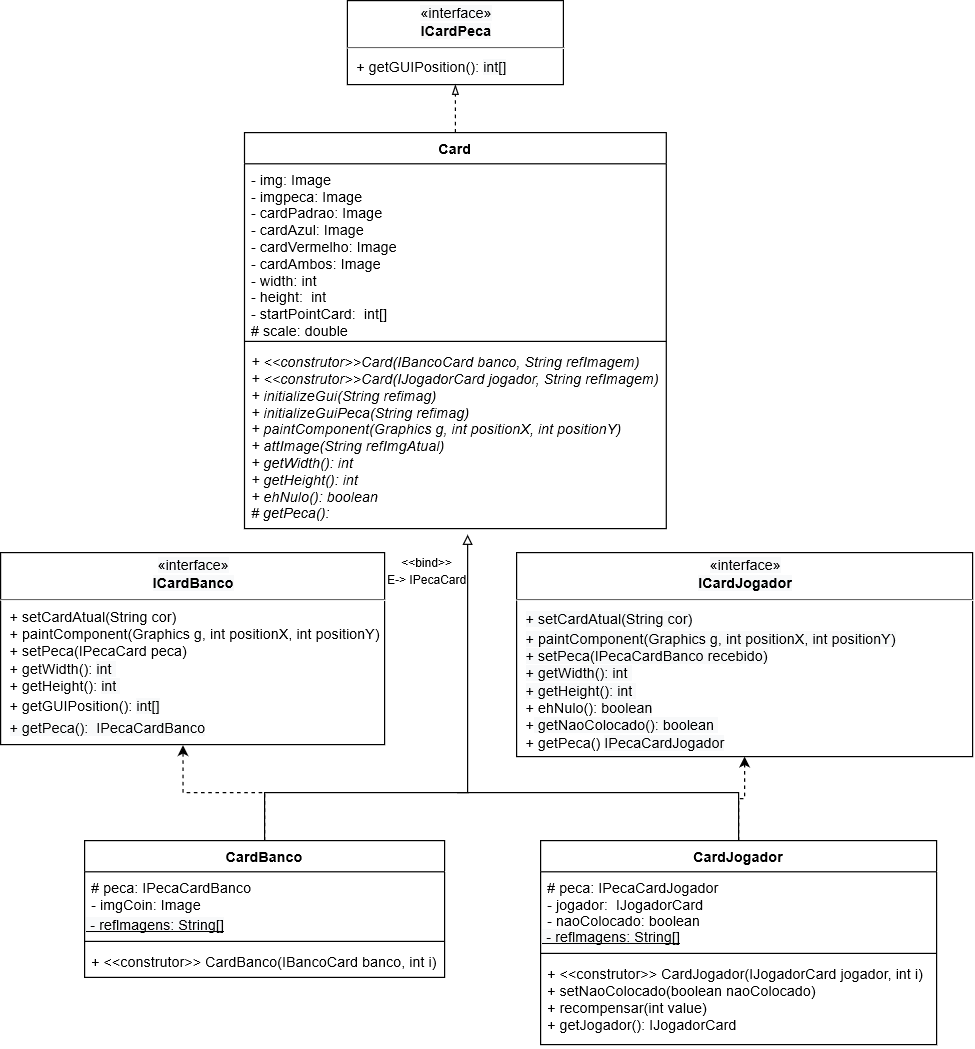
Earlier version of the draw.io export README_Images/InterfaceCard.png (FelipePM01/ProjetoMediumWar). Source tidied: cells renumbered, new cells last; positions are measured from the earlier drawing's top-left corner, leaving out a move shared by most shapes.
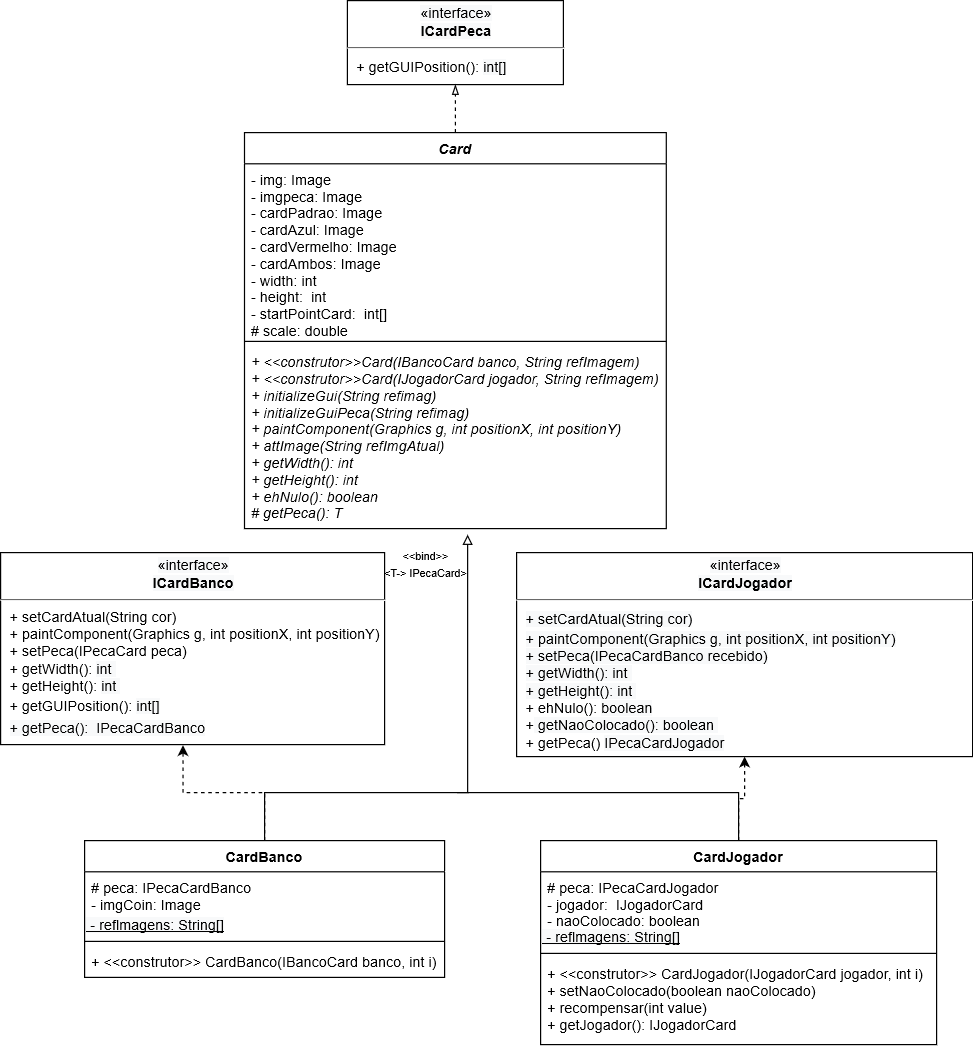
After the commit.

Commit message:
Adicionando imagens interface tabuleiro e tile

What changed in the source:
```diff
@@ -14,7 +14,7 @@
     <mxCell id="5" style="edgeStyle=orthogonalEdgeStyle;rounded=0;jettySize=auto;html=1;entryX=0.5;entryY=1;entryDx=0;entryDy=0;dashed=1;exitX=0.5;exitY=0;exitDx=0;exitDy=0;endArrow=blockThin;endFill=0;" parent="1" edge="1" source="6" target="3">
       <mxGeometry relative="1" as="geometry" />
     </mxCell>
-    <mxCell id="6" value="Card" style="swimlane;fontStyle=1;align=center;verticalAlign=top;horizontal=1;startSize=26;" parent="1" vertex="1">
+    <mxCell id="6" value="Card" style="swimlane;fontStyle=3;align=center;verticalAlign=top;horizontal=1;startSize=26;" parent="1" vertex="1">
       <mxGeometry x="203.2" y="110" width="351.5" height="330" as="geometry" />
     </mxCell>
     <mxCell id="7" value="- img: Image&#10;- imgpeca: Image&#10;- cardPadrao: Image &#10;- cardAzul: Image&#10;- cardVermelho: Image&#10;- cardAmbos: Image&#10;- width: int&#10;- height:  int&#10;- startPointCard:  int[]&#10;# scale: double" style="text;strokeColor=none;fillColor=none;align=left;verticalAlign=top;spacingLeft=4;spacingRight=4;overflow=hidden;" parent="6" vertex="1">
@@ -23,7 +23,7 @@
     <mxCell id="8" style="line;strokeWidth=1;fillColor=none;align=left;verticalAlign=middle;spacingTop=-1;spacingLeft=3;spacingRight=3;labelPosition=right;" parent="6" vertex="1">
       <mxGeometry y="170" width="351.5" height="8" as="geometry" />
     </mxCell>
-    <mxCell id="9" value="+ &lt;&lt;construtor&gt;&gt;Card(IBancoCard banco, String refImagem)&#10;+ &lt;&lt;construtor&gt;&gt;Card(IJogadorCard jogador, String refImagem)&#10;+ initializeGui(String refimag)&#10;+ initializeGuiPeca(String refimag)&#10;+ paintComponent(Graphics g, int positionX, int positionY)&#10;+ attImage(String refImgAtual)&#10;+ getWidth(): int&#10;+ getHeight(): int&#10;+ ehNulo(): boolean&#10;# getPeca(): &#10;" style="text;strokeColor=none;fillColor=none;align=left;verticalAlign=top;spacingLeft=4;spacingRight=4;overflow=hidden;points=[[0,0.5],[1,0.5]];portConstraint=eastwest;fontStyle=2;" parent="6" vertex="1">
+    <mxCell id="9" value="+ &lt;&lt;construtor&gt;&gt;Card(IBancoCard banco, String refImagem)&#10;+ &lt;&lt;construtor&gt;&gt;Card(IJogadorCard jogador, String refImagem)&#10;+ initializeGui(String refimag)&#10;+ initializeGuiPeca(String refimag)&#10;+ paintComponent(Graphics g, int positionX, int positionY)&#10;+ attImage(String refImgAtual)&#10;+ getWidth(): int&#10;+ getHeight(): int&#10;+ ehNulo(): boolean&#10;# getPeca(): T&#10;" style="text;strokeColor=none;fillColor=none;align=left;verticalAlign=top;spacingLeft=4;spacingRight=4;overflow=hidden;points=[[0,0.5],[1,0.5]];portConstraint=eastwest;fontStyle=2;" parent="6" vertex="1">
       <mxGeometry y="178" width="351.5" height="152" as="geometry" />
     </mxCell>
     <mxCell id="10" style="edgeStyle=orthogonalEdgeStyle;rounded=0;jettySize=auto;html=1;exitX=0.5;exitY=0;exitDx=0;exitDy=0;entryX=0.529;entryY=1.033;entryDx=0;entryDy=0;entryPerimeter=0;endArrow=block;endFill=0;" parent="1" edge="1" source="12" target="9">
@@ -78,8 +78,8 @@
     <mxCell id="23" value="+ &lt;&lt;construtor&gt;&gt; CardJogador(IJogadorCard jogador, int i)&#10;+ setNaoColocado(boolean naoColocado)&#10;+ recompensar(int value)&#10;+ getJogador(): IJogadorCard&#10;&#10;&#10;" style="text;strokeColor=none;fillColor=none;align=left;verticalAlign=top;spacingLeft=4;spacingRight=4;overflow=hidden;" parent="19" vertex="1">
       <mxGeometry y="98" width="330" height="72" as="geometry" />
     </mxCell>
-    <mxCell id="24" value="&lt;font style=&quot;font-size: 10px&quot;&gt;&amp;lt;&amp;lt;bind&amp;gt;&amp;gt;&lt;br&gt;E-&amp;gt;&amp;nbsp;IPecaCard&lt;/font&gt;" style="text;html=1;align=center;verticalAlign=middle;rotation=0;" parent="1" vertex="1">
-      <mxGeometry x="315" y="460" width="80" height="30" as="geometry" />
+    <mxCell id="24" value="&lt;font style=&quot;font-size: 9px&quot;&gt;&amp;lt;&amp;lt;bind&amp;gt;&amp;gt;&lt;br&gt;&amp;lt;T-&amp;gt;&amp;nbsp;IPecaCard&amp;gt;&lt;/font&gt;" style="text;html=1;align=center;verticalAlign=middle;rotation=0;" parent="1" vertex="1">
+      <mxGeometry x="314" y="452" width="79" height="34" as="geometry" />
     </mxCell>
   </root>
 </mxGraphModel>
```
